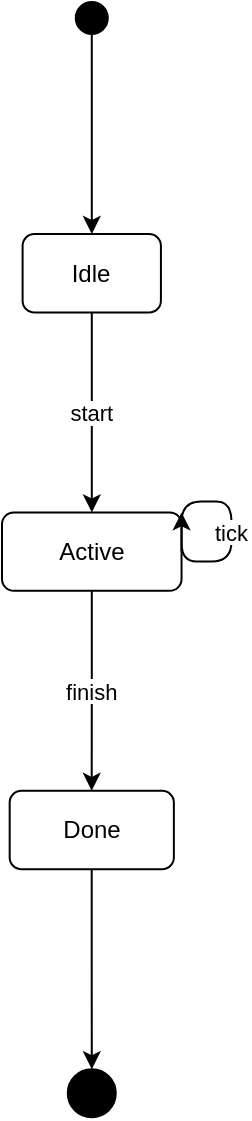
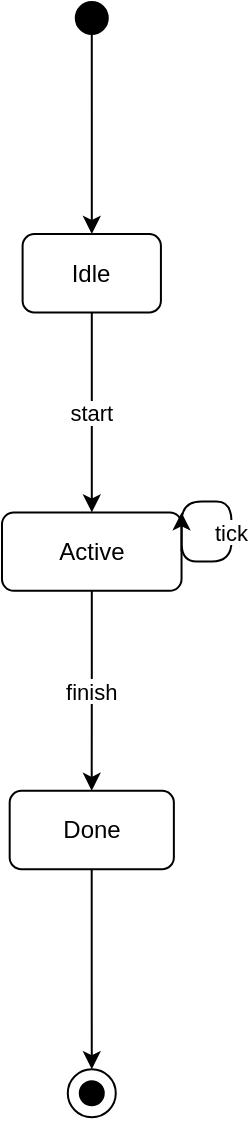
<mxfile>
  <diagram id="kozue" name="Page-1">
    <mxGraphModel dx="1422" dy="762" grid="1" gridSize="10" guides="1" tooltips="1" connect="1" arrows="1" fold="1" page="1" pageScale="1" pageWidth="1169" pageHeight="827" math="0" shadow="0">
      <root>
        <mxCell id="0"/>
        <mxCell id="1" parent="0"/>
        <mxCell id="n0" value="Idle" style="rounded=1;whiteSpace=wrap;html=1;" vertex="1" parent="1">
          <mxGeometry x="30.30" y="136.00" width="69.16" height="39.20" as="geometry"/>
        </mxCell>
        <mxCell id="n1" value="Active" style="rounded=1;whiteSpace=wrap;html=1;" vertex="1" parent="1">
          <mxGeometry x="20.00" y="275.20" width="89.77" height="39.20" as="geometry"/>
        </mxCell>
        <mxCell id="n2" value="Done" style="rounded=1;whiteSpace=wrap;html=1;" vertex="1" parent="1">
          <mxGeometry x="23.84" y="414.40" width="82.09" height="39.20" as="geometry"/>
        </mxCell>
        <mxCell id="initial" value="" style="ellipse;fillColor=#000000;strokeColor=#000000;" vertex="1" parent="1">
          <mxGeometry x="56.89" y="20.00" width="16.00" height="16.00" as="geometry"/>
        </mxCell>
-         <mxCell id="final" value="" style="shape=doubleEllipse;fillColor=#000000;strokeColor=#000000;" vertex="1" parent="1">
+         <mxCell id="final" value="" style="ellipse;fillColor=none;strokeColor=#000000;" vertex="1" parent="1">
          <mxGeometry x="52.89" y="553.60" width="24.00" height="24.00" as="geometry"/>
+         </mxCell>
+         <mxCell id="final_inner" value="" style="ellipse;fillColor=#000000;strokeColor=#000000;" vertex="1" parent="final">
+           <mxGeometry x="6.00" y="6.00" width="12.00" height="12.00" as="geometry"/>
        </mxCell>
        <mxCell id="e0" value="" style="edgeStyle=orthogonalEdgeStyle;" edge="1" source="initial" target="n0" parent="1">
          <mxGeometry relative="1" as="geometry"/>
        </mxCell>
        <mxCell id="e1" value="start" style="edgeStyle=orthogonalEdgeStyle;" edge="1" source="n0" target="n1" parent="1">
          <mxGeometry relative="1" as="geometry"/>
        </mxCell>
        <mxCell id="e2" value="tick" style="edgeStyle=orthogonalEdgeStyle;exitX=1;exitY=0.5;exitDx=0;exitDy=0;entryX=1;entryY=0;entryDx=0;entryDy=0;" edge="1" source="n1" target="n1" parent="1">
          <mxGeometry relative="1" as="geometry">
            <Array as="points">
              <mxPoint x="134.77" y="269.80"/>
              <mxPoint x="134.77" y="299.80"/>
            </Array>
          </mxGeometry>
        </mxCell>
        <mxCell id="e3" value="finish" style="edgeStyle=orthogonalEdgeStyle;" edge="1" source="n1" target="n2" parent="1">
          <mxGeometry relative="1" as="geometry"/>
        </mxCell>
        <mxCell id="e4" value="" style="edgeStyle=orthogonalEdgeStyle;" edge="1" source="n2" target="final" parent="1">
          <mxGeometry relative="1" as="geometry"/>
        </mxCell>
      </root>
    </mxGraphModel>
  </diagram>
</mxfile>
